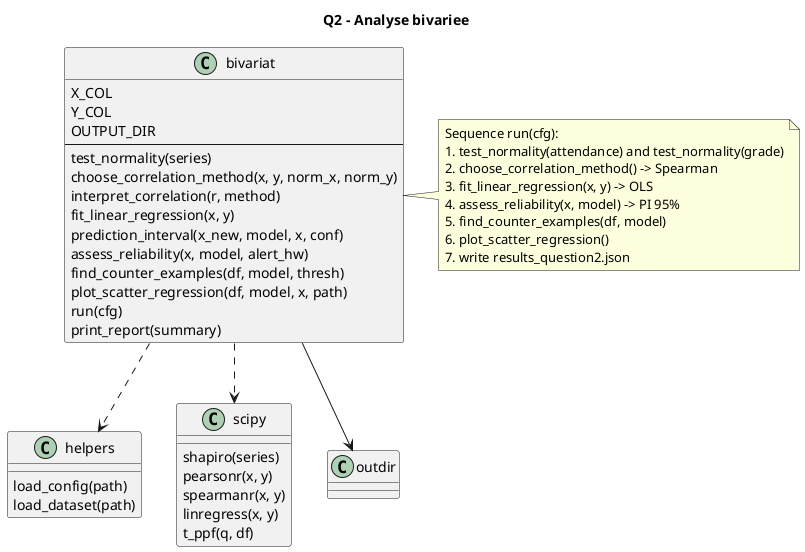
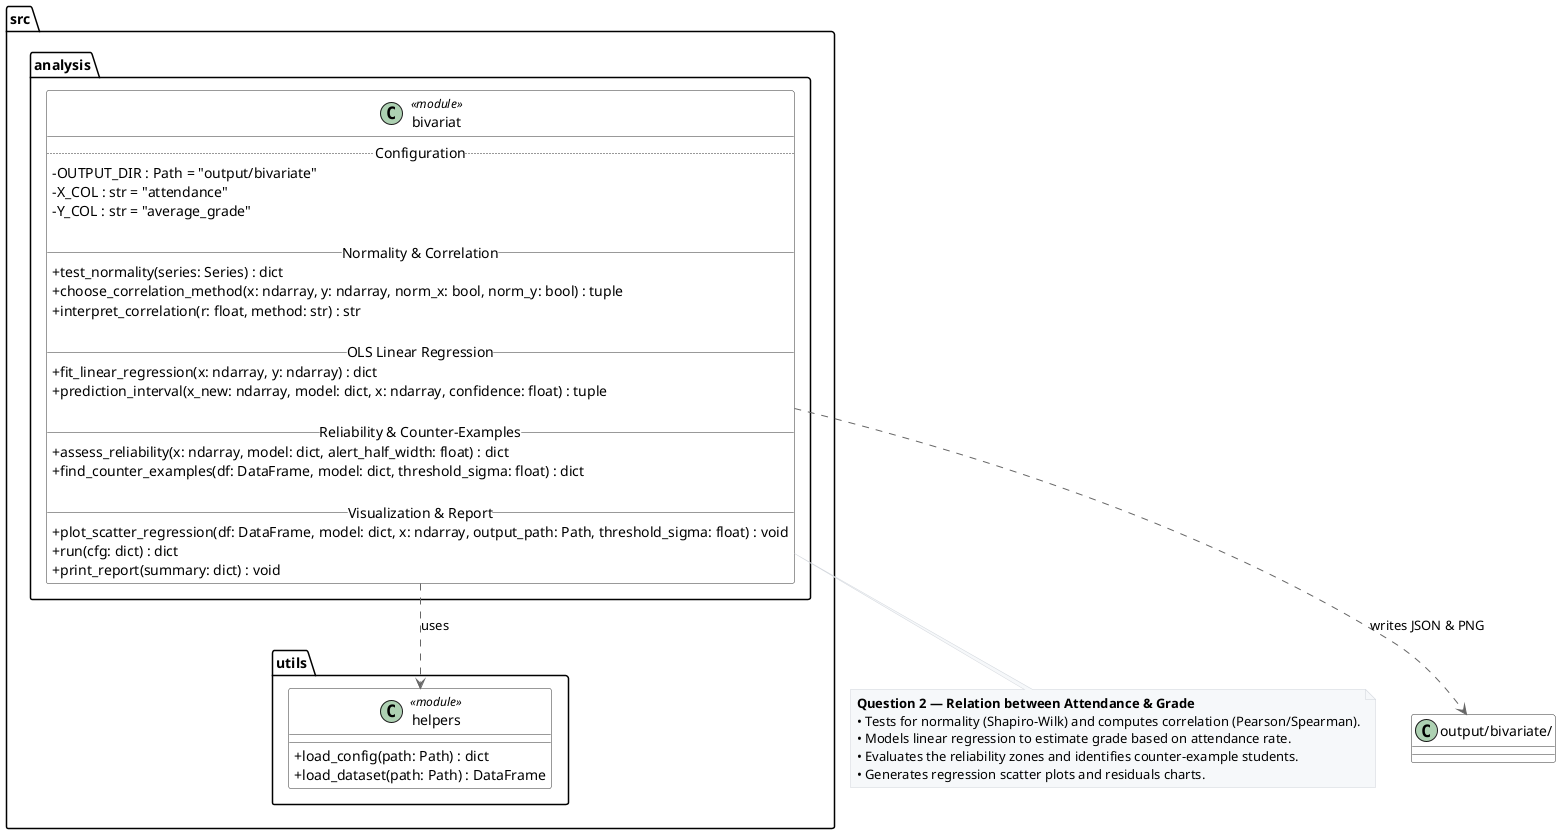
- @startuml
+ @startuml bivariat_class
+ 
+ ' Design adjustments for high readability
+ skinparam classAttributeIconSize 0
skinparam shadowing false
- 
- title Q2 - Analyse bivariee
- 
- class bivariat {
- X_COL
- Y_COL
- OUTPUT_DIR
- --
- test_normality(series)
- choose_correlation_method(x, y, norm_x, norm_y)
- interpret_correlation(r, method)
- fit_linear_regression(x, y)
- prediction_interval(x_new, model, x, conf)
- assess_reliability(x, model, alert_hw)
- find_counter_examples(df, model, thresh)
- plot_scatter_regression(df, model, x, path)
- run(cfg)
- print_report(summary)
+ skinparam class {
+     BackgroundColor White
+     BorderColor #333333
+     ArrowColor #666666
+ }
+ skinparam note {
+     BackgroundColor #F6F8FA
+     BorderColor #D1D5DB
}

- class helpers {
- load_config(path)
- load_dataset(path)
+ package src.utils {
+     class helpers <<module>> {
+         + load_config(path: Path) : dict
+         + load_dataset(path: Path) : DataFrame
+     }
}

- class scipy {
- shapiro(series)
- pearsonr(x, y)
- spearmanr(x, y)
- linregress(x, y)
- t_ppf(q, df)
+ package src.analysis {
+     class bivariat <<module>> {
+         .. Configuration ..
+         - OUTPUT_DIR : Path = "output/bivariate"
+         - X_COL : str = "attendance"
+         - Y_COL : str = "average_grade"
+ 
+         __ Normality & Correlation __
+         + test_normality(series: Series) : dict
+         + choose_correlation_method(x: ndarray, y: ndarray, norm_x: bool, norm_y: bool) : tuple
+         + interpret_correlation(r: float, method: str) : str
+ 
+         __ OLS Linear Regression __
+         + fit_linear_regression(x: ndarray, y: ndarray) : dict
+         + prediction_interval(x_new: ndarray, model: dict, x: ndarray, confidence: float) : tuple
+ 
+         __ Reliability & Counter-Examples __
+         + assess_reliability(x: ndarray, model: dict, alert_half_width: float) : dict
+         + find_counter_examples(df: DataFrame, model: dict, threshold_sigma: float) : dict
+ 
+         __ Visualization & Report __
+         + plot_scatter_regression(df: DataFrame, model: dict, x: ndarray, output_path: Path, threshold_sigma: float) : void
+         + run(cfg: dict) : dict
+         + print_report(summary: dict) : void
+     }
}

- class outdir
- 
- bivariat ..> helpers
- bivariat ..> scipy
- bivariat --> outdir
- 
- note right of bivariat
-   Sequence run(cfg):
-   1. test_normality(attendance) and test_normality(grade)
-   2. choose_correlation_method() -> Spearman
-   3. fit_linear_regression(x, y) -> OLS
-   4. assess_reliability(x, model) -> PI 95%
-   5. find_counter_examples(df, model)
-   6. plot_scatter_regression()
-   7. write results_question2.json
+ note bottom of bivariat
+   <b>Question 2 — Relation between Attendance & Grade</b>
+   • Tests for normality (Shapiro-Wilk) and computes correlation (Pearson/Spearman).
+   • Models linear regression to estimate grade based on attendance rate.
+   • Evaluates the reliability zones and identifies counter-example students.
+   • Generates regression scatter plots and residuals charts.
end note

+ bivariat ..> helpers : uses
+ bivariat ..> "output/bivariate/" : writes JSON & PNG
+ 
@enduml
